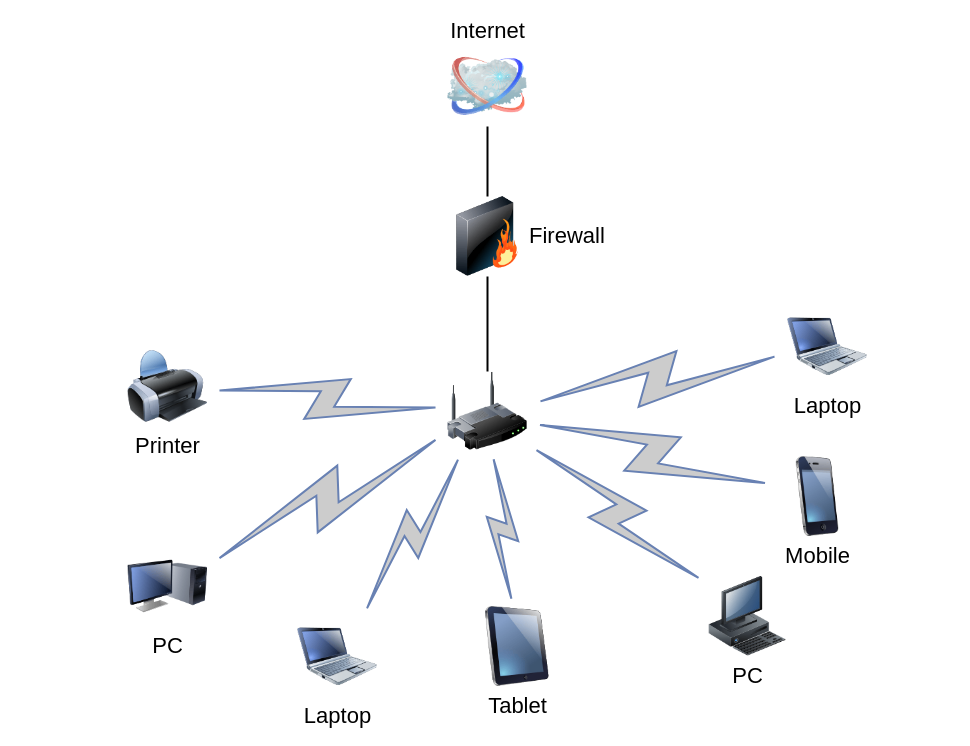
The draw.io diagram Untitled Diagram.drawio in SnowyJaguar1034/homelab, before the edit. Source tidied: cells renumbered, new cells numbered last; positions are measured from the earlier drawing's top-left corner, leaving out a move shared by most shapes. Both pictures are drawn from the tidied source at 100%, with x=0, y=0 at pixel (127, 46).
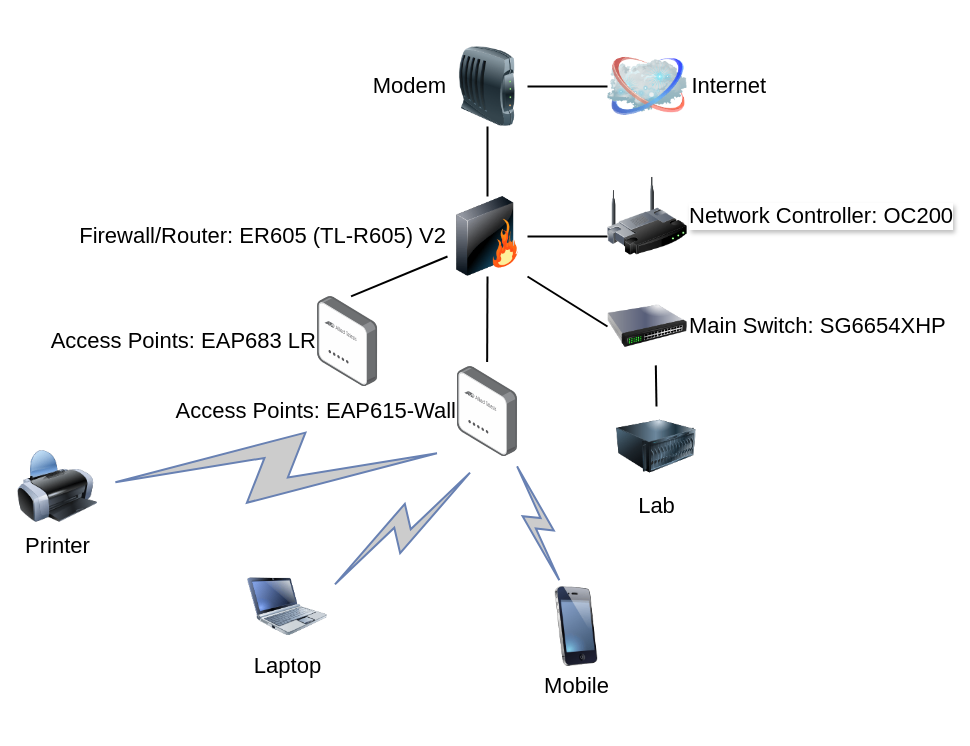
After the change.

What changed in the source:
```diff
@@
-    <mxCell id="2" style="edgeStyle=none;rounded=0;html=1;labelBackgroundColor=none;endArrow=none;strokeWidth=2;fontFamily=Verdana;fontSize=22;" parent="1" edge="1" source="3" target="6">
+    <mxCell id="2" style="edgeStyle=none;rounded=0;html=1;labelBackgroundColor=none;endArrow=none;strokeWidth=2;fontFamily=Verdana;fontSize=22;exitX=0;exitY=0.75;exitDx=0;exitDy=0;" parent="1" edge="1" source="23" target="6">
       <mxGeometry relative="1" as="geometry" />
     </mxCell>
-    <mxCell id="3" style="image;html=1;labelBackgroundColor=#ffffff;image=img/lib/clip_art/networking/Wireless_Router_128x128.png;rounded=1;shadow=0;comic=0;strokeWidth=2;fontSize=22;" parent="1" vertex="1">
-      <mxGeometry x="320" y="325" width="80" height="80" as="geometry" />
-    </mxCell>
-    <mxCell id="4" value="Internet" style="image;html=1;labelBackgroundColor=#ffffff;image=img/lib/clip_art/networking/Cloud_128x128.png;rounded=1;shadow=0;comic=0;strokeWidth=2;fontSize=22;labelPosition=center;verticalLabelPosition=top;align=center;verticalAlign=bottom;" parent="1" vertex="1">
-      <mxGeometry x="320" width="80" height="80" as="geometry" />
+    <mxCell id="4" value="Internet" style="image;html=1;labelBackgroundColor=#ffffff;image=img/lib/clip_art/networking/Cloud_128x128.png;rounded=1;shadow=0;comic=0;strokeWidth=2;fontSize=22;labelPosition=right;verticalLabelPosition=middle;align=right;verticalAlign=middle;" parent="1" vertex="1">
+      <mxGeometry x="480" width="80" height="80" as="geometry" />
     </mxCell>
-    <mxCell id="5" style="edgeStyle=none;rounded=0;html=1;labelBackgroundColor=none;endArrow=none;strokeWidth=2;fontFamily=Verdana;fontSize=22;" parent="1" edge="1" source="6" target="4">
+    <mxCell id="5" style="edgeStyle=none;rounded=0;html=1;labelBackgroundColor=none;endArrow=none;strokeWidth=2;fontFamily=Verdana;fontSize=22;entryX=0;entryY=0.5;entryDx=0;entryDy=0;exitX=1;exitY=0.5;exitDx=0;exitDy=0;" parent="1" edge="1" source="21" target="4">
       <mxGeometry relative="1" as="geometry" />
     </mxCell>
-    <mxCell id="6" value="Firewall" style="image;html=1;labelBackgroundColor=#ffffff;image=img/lib/clip_art/networking/Firewall_128x128.png;rounded=1;shadow=0;comic=0;strokeWidth=2;fontSize=22;labelPosition=right;verticalLabelPosition=middle;align=left;verticalAlign=middle;" parent="1" vertex="1">
+    <mxCell id="6" value="Firewall/Router: ER605 (TL-R605) V2" style="image;html=1;labelBackgroundColor=#ffffff;image=img/lib/clip_art/networking/Firewall_128x128.png;rounded=1;shadow=0;comic=0;strokeWidth=2;fontSize=22;labelPosition=left;verticalLabelPosition=middle;align=right;verticalAlign=middle;" parent="1" vertex="1">
       <mxGeometry x="320" y="150" width="80" height="80" as="geometry" />
     </mxCell>
-    <mxCell id="7" value="Tablet" style="image;html=1;labelBackgroundColor=#ffffff;image=img/lib/clip_art/computers/iPad_128x128.png;rounded=1;shadow=0;comic=0;strokeWidth=2;fontSize=22;" parent="1" vertex="1">
-      <mxGeometry x="350" y="560" width="80" height="80" as="geometry" />
-    </mxCell>
-    <mxCell id="8" value="PC" style="image;html=1;labelBackgroundColor=#ffffff;image=img/lib/clip_art/computers/Monitor_Tower_128x128.png;rounded=1;shadow=0;comic=0;strokeWidth=2;fontSize=22;" parent="1" vertex="1">
-      <mxGeometry y="500" width="80" height="80" as="geometry" />
-    </mxCell>
     <mxCell id="9" value="Printer" style="image;html=1;labelBackgroundColor=#ffffff;image=img/lib/clip_art/computers/Printer_128x128.png;rounded=1;shadow=0;comic=0;strokeWidth=2;fontSize=22;" parent="1" vertex="1">
-      <mxGeometry y="300" width="80" height="80" as="geometry" />
+      <mxGeometry x="-110" y="400" width="80" height="80" as="geometry" />
     </mxCell>
-    <mxCell id="10" value="PC" style="image;html=1;labelBackgroundColor=#ffffff;image=img/lib/clip_art/computers/Workstation_128x128.png;rounded=1;shadow=0;comic=0;strokeWidth=2;fontSize=22;" parent="1" vertex="1">
-      <mxGeometry x="580" y="530" width="80" height="80" as="geometry" />
-    </mxCell>
     <mxCell id="11" value="Mobile" style="image;html=1;labelBackgroundColor=#ffffff;image=img/lib/clip_art/telecommunication/iPhone_128x128.png;rounded=1;shadow=0;comic=0;strokeWidth=2;fontSize=22;" parent="1" vertex="1">
-      <mxGeometry x="650" y="410" width="80" height="80" as="geometry" />
+      <mxGeometry x="409" y="540" width="80" height="80" as="geometry" />
     </mxCell>
     <mxCell id="12" value="Laptop" style="image;html=1;labelBackgroundColor=#ffffff;image=img/lib/clip_art/computers/Netbook_128x128.png;rounded=1;shadow=0;comic=0;strokeColor=#000000;strokeWidth=2;fillColor=#FFFFFF;fontSize=22;fontColor=#000000;" parent="1" vertex="1">
-      <mxGeometry x="660" y="260" width="80" height="80" as="geometry" />
+      <mxGeometry x="120" y="520" width="80" height="80" as="geometry" />
     </mxCell>
-    <mxCell id="13" value="Laptop" style="image;html=1;labelBackgroundColor=#ffffff;image=img/lib/clip_art/computers/Netbook_128x128.png;rounded=1;shadow=0;comic=0;strokeWidth=2;fontSize=22;" parent="1" vertex="1">
-      <mxGeometry x="170" y="570" width="80" height="80" as="geometry" />
-    </mxCell>
-    <mxCell id="14" style="html=1;fillColor=#CCCCCC;strokeColor=#6881B3;gradientColor=none;gradientDirection=north;strokeWidth=2;shape=mxgraph.networks.comm_link_edge;html=1;labelBackgroundColor=none;endArrow=none;fontFamily=Verdana;fontSize=22;fontColor=#000000;" parent="1" edge="1" source="9" target="3">
-      <mxGeometry relative="1" as="geometry" />
+    <mxCell id="14" style="html=1;fillColor=#CCCCCC;strokeColor=#6881B3;gradientColor=none;gradientDirection=north;strokeWidth=2;shape=mxgraph.networks.comm_link_edge;html=1;labelBackgroundColor=none;endArrow=none;fontFamily=Verdana;fontSize=22;fontColor=#000000;entryX=-0.041;entryY=0.945;entryDx=0;entryDy=0;entryPerimeter=0;" parent="1" edge="1" source="9" target="28">
+      <mxGeometry relative="1" as="geometry">
+        <Array as="points">
+          <mxPoint x="80" y="430" />
+        </Array>
+      </mxGeometry>
     </mxCell>
-    <mxCell id="15" style="html=1;fillColor=#CCCCCC;strokeColor=#6881B3;gradientColor=none;gradientDirection=north;strokeWidth=2;shape=mxgraph.networks.comm_link_edge;html=1;labelBackgroundColor=none;endArrow=none;fontFamily=Verdana;fontSize=22;fontColor=#000000;fontStyle=1;" parent="1" edge="1" source="8" target="3">
-      <mxGeometry relative="1" as="geometry" />
-    </mxCell>
-    <mxCell id="16" style="html=1;fillColor=#CCCCCC;strokeColor=#6881B3;gradientColor=none;gradientDirection=north;strokeWidth=2;shape=mxgraph.networks.comm_link_edge;html=1;labelBackgroundColor=none;endArrow=none;fontFamily=Verdana;fontSize=22;fontColor=#000000;" parent="1" edge="1" source="13" target="3">
-      <mxGeometry relative="1" as="geometry" />
-    </mxCell>
-    <mxCell id="17" style="html=1;fillColor=#CCCCCC;strokeColor=#6881B3;gradientColor=none;gradientDirection=north;strokeWidth=2;shape=mxgraph.networks.comm_link_edge;html=1;labelBackgroundColor=none;endArrow=none;fontFamily=Verdana;fontSize=22;fontColor=#000000;" parent="1" edge="1" source="7" target="3">
-      <mxGeometry relative="1" as="geometry" />
-    </mxCell>
-    <mxCell id="18" style="html=1;fillColor=#CCCCCC;strokeColor=#6881B3;gradientColor=none;gradientDirection=north;strokeWidth=2;shape=mxgraph.networks.comm_link_edge;html=1;labelBackgroundColor=none;endArrow=none;fontFamily=Verdana;fontSize=22;fontColor=#000000;" parent="1" edge="1" source="10" target="3">
-      <mxGeometry relative="1" as="geometry" />
-    </mxCell>
-    <mxCell id="19" style="html=1;fillColor=#CCCCCC;strokeColor=#6881B3;gradientColor=none;gradientDirection=north;strokeWidth=2;shape=mxgraph.networks.comm_link_edge;html=1;labelBackgroundColor=none;endArrow=none;fontFamily=Verdana;fontSize=22;fontColor=#000000;" parent="1" edge="1" source="11" target="3">
+    <mxCell id="19" style="html=1;fillColor=#CCCCCC;strokeColor=#6881B3;gradientColor=none;gradientDirection=north;strokeWidth=2;shape=mxgraph.networks.comm_link_edge;html=1;labelBackgroundColor=none;endArrow=none;fontFamily=Verdana;fontSize=22;fontColor=#000000;entryX=0.953;entryY=1.04;entryDx=0;entryDy=0;entryPerimeter=0;" parent="1" edge="1" source="11" target="28">
       <mxGeometry relative="1" as="geometry" />
     </mxCell>
-    <mxCell id="20" style="html=1;fillColor=#CCCCCC;strokeColor=#6881B3;gradientColor=none;gradientDirection=north;strokeWidth=2;shape=mxgraph.networks.comm_link_edge;html=1;labelBackgroundColor=none;endArrow=none;fontFamily=Verdana;fontSize=22;fontColor=#000000;" parent="1" edge="1" source="12" target="3">
-      <mxGeometry relative="1" as="geometry" />
+    <mxCell id="20" style="html=1;fillColor=#CCCCCC;strokeColor=#6881B3;gradientColor=none;gradientDirection=north;strokeWidth=2;shape=mxgraph.networks.comm_link_edge;html=1;labelBackgroundColor=none;endArrow=none;fontFamily=Verdana;fontSize=22;fontColor=#000000;" parent="1" edge="1" source="12">
+      <mxGeometry relative="1" as="geometry">
+        <mxPoint x="350" y="420" as="targetPoint" />
+        <Array as="points">
+          <mxPoint x="310" y="500" />
+        </Array>
+      </mxGeometry>
     </mxCell>
+    <mxCell id="21" value="Modem" style="image;html=1;image=img/lib/clip_art/networking/Modem_128x128.png;labelPosition=left;verticalLabelPosition=middle;align=right;verticalAlign=middle;fontSize=22;" parent="1" vertex="1">
+      <mxGeometry x="320" width="80" height="80" as="geometry" />
+    </mxCell>
+    <mxCell id="22" style="edgeStyle=none;rounded=0;html=1;labelBackgroundColor=none;endArrow=none;strokeWidth=2;fontFamily=Verdana;fontSize=22;entryX=0.5;entryY=0;entryDx=0;entryDy=0;exitX=0.5;exitY=1;exitDx=0;exitDy=0;" parent="1" edge="1" source="21" target="6">
+      <mxGeometry relative="1" as="geometry" />
+    </mxCell>
+    <mxCell id="23" value="Network Controller: OC200" style="image;html=1;labelBackgroundColor=#ffffff;image=img/lib/clip_art/networking/Wireless_Router_128x128.png;rounded=1;shadow=0;comic=0;strokeWidth=2;fontSize=22;textShadow=1;labelPosition=right;verticalLabelPosition=middle;align=left;verticalAlign=middle;" parent="1" vertex="1">
+      <mxGeometry x="480" y="130" width="80" height="80" as="geometry" />
+    </mxCell>
+    <mxCell id="24" value="Main Switch: SG6654XHP" style="image;html=1;image=img/lib/clip_art/networking/Switch_128x128.png;fontSize=22;labelPosition=right;verticalLabelPosition=middle;align=left;verticalAlign=middle;" parent="1" vertex="1">
+      <mxGeometry x="480" y="240" width="80" height="80" as="geometry" />
+    </mxCell>
+    <mxCell id="25" value="Access Points:&amp;nbsp;EAP683 LR" style="image;points=[];html=1;align=right;shadow=0;dashed=0;image=img/lib/allied_telesis/wireless/Access_Point_Indoor.svg;labelPosition=left;verticalLabelPosition=middle;verticalAlign=middle;fontSize=22;" parent="1" vertex="1">
+      <mxGeometry x="190" y="250" width="60.3" height="90" as="geometry" />
+    </mxCell>
+    <mxCell id="26" style="edgeStyle=none;rounded=0;html=1;labelBackgroundColor=none;endArrow=none;strokeWidth=2;fontFamily=Verdana;fontSize=22;exitX=0.556;exitY=-0.002;exitDx=0;exitDy=0;entryX=0;entryY=0.75;entryDx=0;entryDy=0;exitPerimeter=0;" parent="1" edge="1" source="25" target="6">
+      <mxGeometry relative="1" as="geometry" />
+    </mxCell>
+    <mxCell id="27" style="edgeStyle=none;rounded=0;html=1;labelBackgroundColor=none;endArrow=none;strokeWidth=2;fontFamily=Verdana;fontSize=22;exitX=0;exitY=0.5;exitDx=0;exitDy=0;entryX=1;entryY=1;entryDx=0;entryDy=0;" parent="1" edge="1" source="24" target="6">
+      <mxGeometry relative="1" as="geometry" />
+    </mxCell>
+    <mxCell id="28" value="Access Points: EAP615-Wall" style="image;points=[];html=1;align=right;shadow=0;dashed=0;image=img/lib/allied_telesis/wireless/Access_Point_Indoor.svg;labelPosition=left;verticalLabelPosition=middle;verticalAlign=middle;fontSize=22;" parent="1" vertex="1">
+      <mxGeometry x="329.8" y="320" width="60.3" height="90" as="geometry" />
+    </mxCell>
+    <mxCell id="29" style="edgeStyle=none;rounded=0;html=1;labelBackgroundColor=none;endArrow=none;strokeWidth=2;fontFamily=Verdana;fontSize=22;exitX=0.495;exitY=-0.05;exitDx=0;exitDy=0;entryX=0.5;entryY=1;entryDx=0;entryDy=0;exitPerimeter=0;" parent="1" edge="1" source="28" target="6">
+      <mxGeometry relative="1" as="geometry" />
+    </mxCell>
+    <mxCell id="30" value="Lab" style="image;html=1;image=img/lib/clip_art/computers/Server_128x128.png;fontSize=22;" parent="1" vertex="1">
+      <mxGeometry x="489" y="360" width="80" height="80" as="geometry" />
+    </mxCell>
+    <mxCell id="31" style="edgeStyle=none;rounded=0;html=1;labelBackgroundColor=none;endArrow=none;strokeWidth=2;fontFamily=Verdana;fontSize=22;exitX=0.5;exitY=0;exitDx=0;exitDy=0;entryX=0.604;entryY=0.986;entryDx=0;entryDy=0;entryPerimeter=0;" parent="1" edge="1" source="30" target="24">
+      <mxGeometry relative="1" as="geometry" />
+    </mxCell>
```
